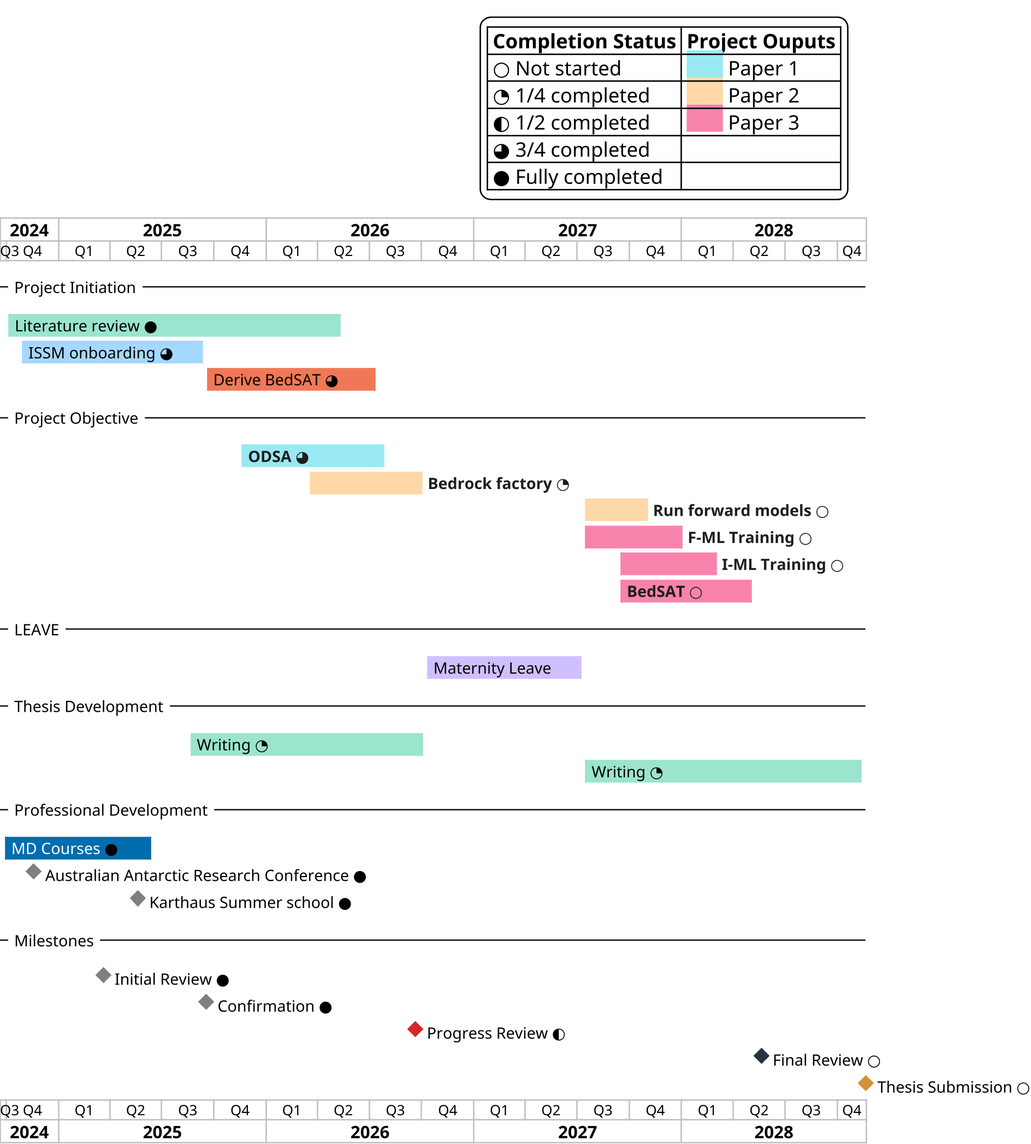
The PlantUML diagram write/mls2/figures/timeline.png in anabanami/BEDSAT, before a commit. Source of this version:
```plantuml
@startgantt
skinparam dpi 250
skinparam legendBackgroundColor #FFFFFF
project starts 2024-09-20
printscale quarterly

legend top right
|= **Completion Status** |= **Project Ouputs** |
| ○ Not started | <back:#99e9f2>       </back> Paper 1 |
| ◔ 1/4 completed | <back:#ffd8a8>       </back> Paper 2 |
| ◐ 1/2 completed | <back:#f783ac>       </back> Paper 3 |
| ◕ 3/4 completed |
| ● Fully completed |
end legend

-- Project Initiation --
[Literature review ●] as [LR] starts 2024-10-01 and ends 2026-05-15
[LR] is colored in #9be4ce
[ISSM onboarding ◕] as [ISO] starts 2024-10-25 and ends 2025-09-15
[ISO] is colored in #a5d8ff
[Derive BedSAT ◕] as [DBM] starts 2025-09-15 and ends 2026-07-15
[DBM] is colored in #f07857

-- Project Objective --
[<font color="#1e1e1e">**ODSA** ◕</font>] as [ODSA] starts 2025-11-15 and ends 2026-07-30
[ODSA] is colored in #99e9f2

[<font color="#1e1e1e">**Bedrock factory** ◔</font>] as [BF] starts 2026-03-15 and ends 2026-10-06
[BF] is colored in #ffd8a8

[<font color="#1e1e1e">**Run forward models** ○</font>] as [RFM] starts 2027-07-12 and ends 2027-11-06
[RFM] is colored in #ffd8a8

[<font color="#1e1e1e">**F-ML Training** ○</font>] as [MLT]  starts 2027-07-12 and ends 2028-01-06
[MLT] is colored in #f783ac

[<font color="#1e1e1e">**I-ML Training** ○</font>] as [IMLT]  starts 2027-09-12 and ends 2028-03-06
[IMLT] is colored in #f783ac

[<font color="#1e1e1e">**BedSAT** ○</font>] as [BedSAT]  starts 2027-09-12 and ends 2028-05-06
[BedSAT] is colored in #f783ac

-- LEAVE --
[Maternity Leave] as [Leave] starts 2026-10-07 and ends 2027-07-12
[Leave] is colored in #d0bfff


-- Thesis Development --
[Writing ◔] as [W1] starts 2025-08-17 and ends 2026-10-07 and is colored in #9be4ce
[Writing ◔] as [W2] starts 2027-07-12 and ends 2028-11-15 and is colored in #9be4ce

-- Professional Development --
[<font color="#FFFFFF">MD Courses</font> ●] as [MDC] starts 2024-09-25 and ends 2025-06-15
[MDC] is colored in #006DAE
[Australian Antarctic Research Conference ●] as [AARC] happens 2024-11-18 and ends 2024-11-28
[AARC] is colored in #7f7f7f
[Karthaus Summer school ●] as [KS] happens 2025-05-20 and ends 2025-06-01
[KS] is colored in #7f7f7f

-- Milestones --
[Initial Review ●] as [IR] happens 2025-03-20
[IR] is colored in #7f7f7f
[Confirmation ●] as [C] happens 2025-09-17
[C] is colored in #7f7f7f
[Progress Review ◐] as [PR] happens 2026-09-20
[PR] is colored in #d62728
[Final Review ○] as [FR] happens 2028-05-20
[FR] is colored in #253342
[Thesis Submission ○] as [TS] happens 2028-11-20
[TS] is colored in #d49137
@endgantt
```
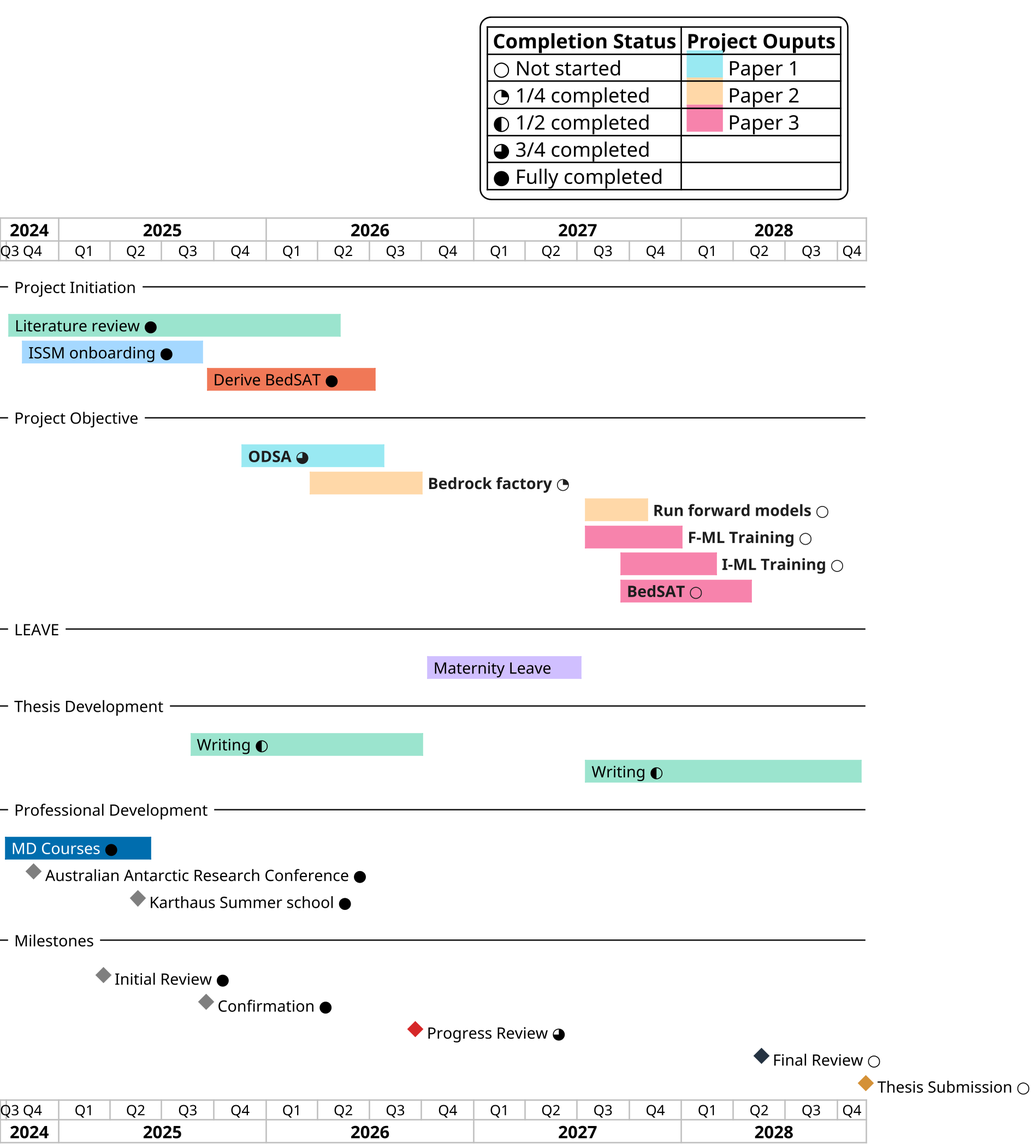
Later version of the same file.

What changed in the source:
```diff
@@ -16,9 +16,9 @@
 -- Project Initiation --
 [Literature review ●] as [LR] starts 2024-10-01 and ends 2026-05-15
 [LR] is colored in #9be4ce
-[ISSM onboarding ◕] as [ISO] starts 2024-10-25 and ends 2025-09-15
+[ISSM onboarding ●] as [ISO] starts 2024-10-25 and ends 2025-09-15
 [ISO] is colored in #a5d8ff
-[Derive BedSAT ◕] as [DBM] starts 2025-09-15 and ends 2026-07-15
+[Derive BedSAT ●] as [DBM] starts 2025-09-15 and ends 2026-07-15
 [DBM] is colored in #f07857
 
 -- Project Objective --
@@ -46,8 +46,8 @@
 
 
 -- Thesis Development --
-[Writing ◔] as [W1] starts 2025-08-17 and ends 2026-10-07 and is colored in #9be4ce
-[Writing ◔] as [W2] starts 2027-07-12 and ends 2028-11-15 and is colored in #9be4ce
+[Writing ◐] as [W1] starts 2025-08-17 and ends 2026-10-07 and is colored in #9be4ce
+[Writing ◐] as [W2] starts 2027-07-12 and ends 2028-11-15 and is colored in #9be4ce
 
 -- Professional Development --
 [<font color="#FFFFFF">MD Courses</font> ●] as [MDC] starts 2024-09-25 and ends 2025-06-15
@@ -62,7 +62,7 @@
 [IR] is colored in #7f7f7f
 [Confirmation ●] as [C] happens 2025-09-17
 [C] is colored in #7f7f7f
-[Progress Review ◐] as [PR] happens 2026-09-20
+[Progress Review ◕] as [PR] happens 2026-09-20
 [PR] is colored in #d62728
 [Final Review ○] as [FR] happens 2028-05-20
 [FR] is colored in #253342
```
